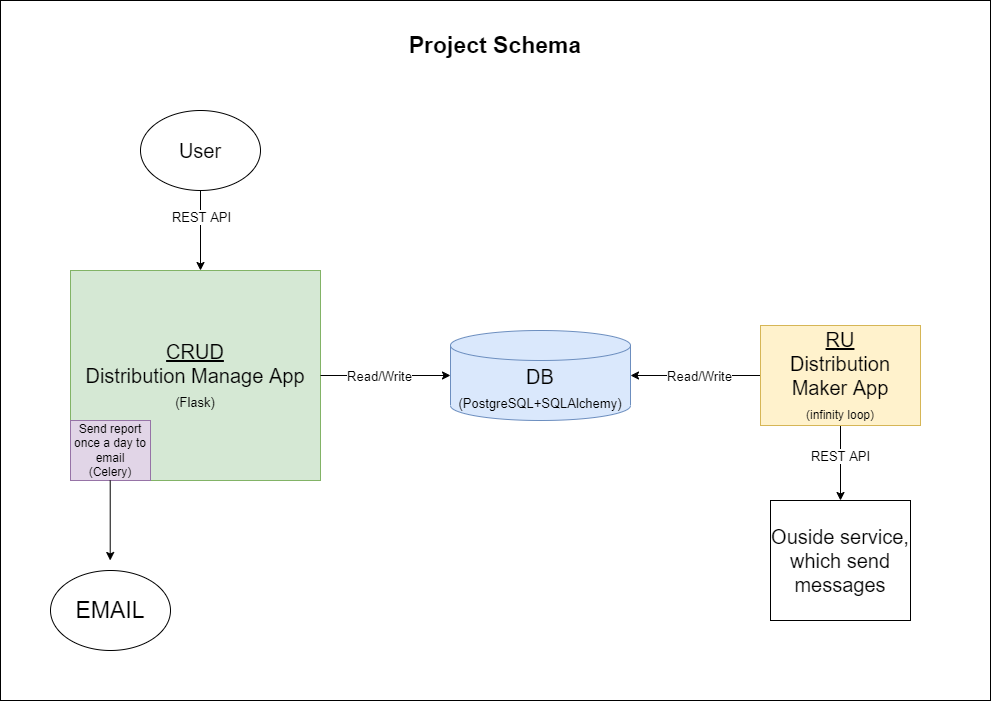
Before: assets/fabrique-project-schema.png, a diagram exported from draw.io (Ilnur786/fabrica-test). Source tidied: cells renumbered, new cells last; positions are measured from the earlier drawing's top-left corner, leaving out a move shared by most shapes.
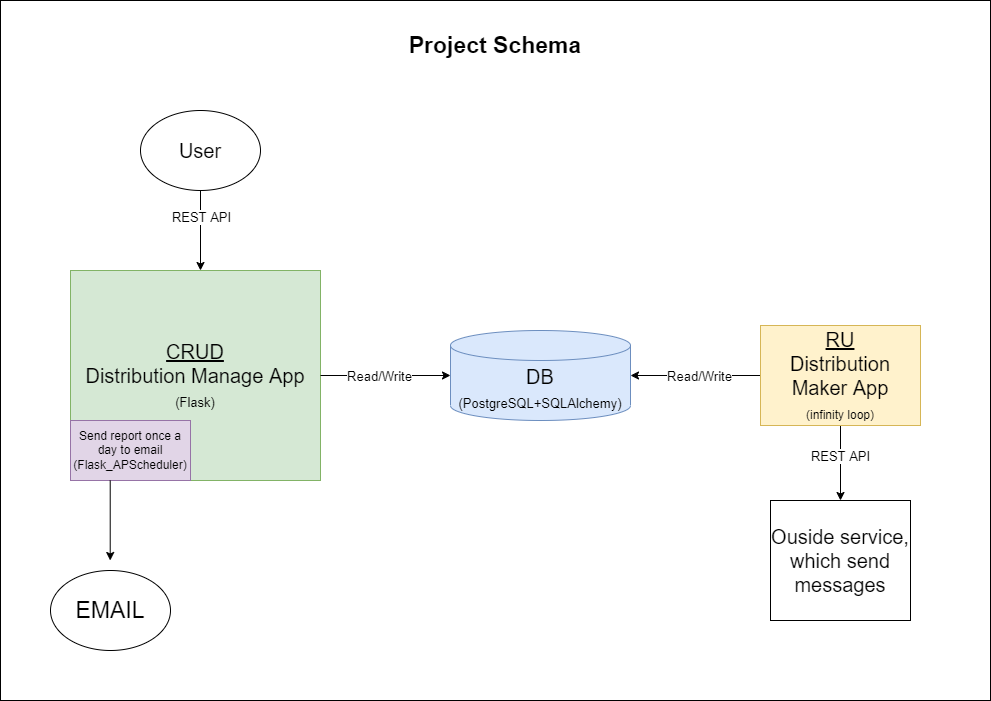
After the change.

Commit message:
Updated project schema asset

Diff of the diagram source:
```diff
@@ -8,8 +8,8 @@
     <mxCell id="3" value="&lt;u&gt;CRUD&lt;/u&gt;&lt;br&gt;Distribution Manage App&lt;br&gt;&lt;font style=&quot;font-size: 13px;&quot;&gt;(Flask)&lt;/font&gt;" style="rounded=0;whiteSpace=wrap;html=1;fontSize=20;fillColor=#d5e8d4;strokeColor=#82b366;" parent="1" vertex="1">
       <mxGeometry x="70" y="270" width="250" height="210" as="geometry" />
     </mxCell>
-    <mxCell id="4" value="Send report once a day to email&lt;br&gt;(Celery)" style="rounded=0;whiteSpace=wrap;html=1;fillColor=#e1d5e7;strokeColor=#9673a6;" parent="1" vertex="1">
-      <mxGeometry x="70" y="420" width="80" height="60" as="geometry" />
+    <mxCell id="4" value="Send report once a day to email&lt;br&gt;(Flask_APScheduler)" style="rounded=0;whiteSpace=wrap;html=1;fillColor=#e1d5e7;strokeColor=#9673a6;" parent="1" vertex="1">
+      <mxGeometry x="70" y="420" width="120" height="60" as="geometry" />
     </mxCell>
     <mxCell id="5" value="&lt;font style=&quot;font-size: 23px;&quot;&gt;&lt;b&gt;Project Schema&lt;/b&gt;&lt;/font&gt;" style="text;html=1;strokeColor=none;fillColor=none;align=center;verticalAlign=middle;whiteSpace=wrap;rounded=0;" parent="1" vertex="1">
       <mxGeometry x="395" y="30" width="200" height="30" as="geometry" />
```
